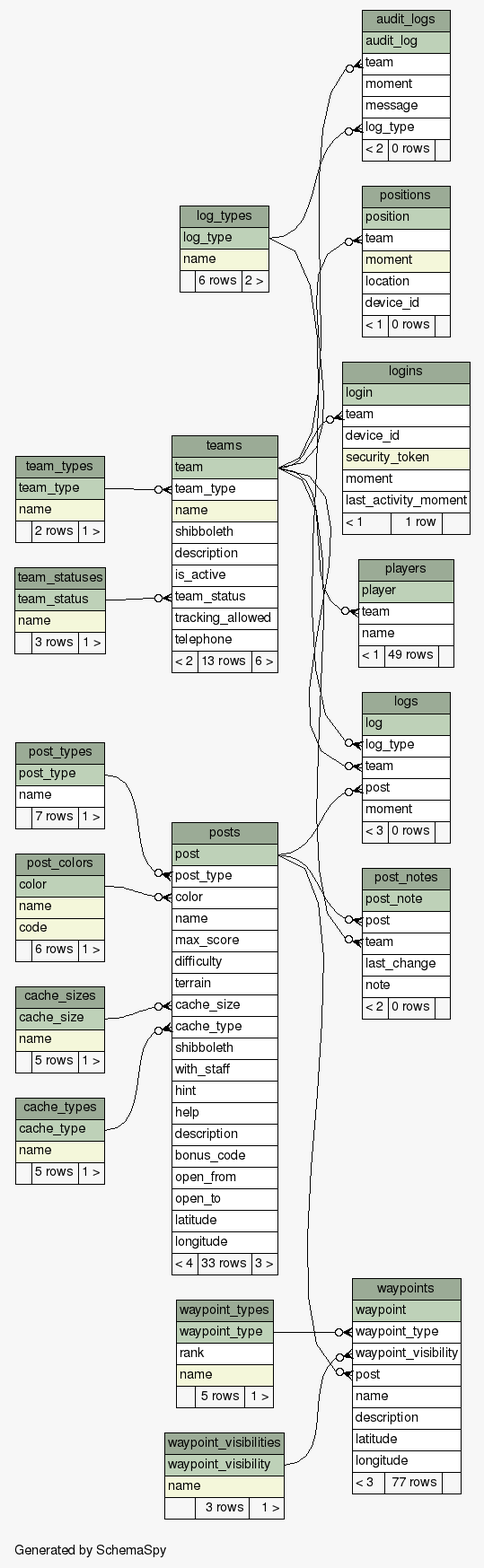
Before: Brazda/doc/db/diagrams/summary/relationships.real.large.png, a diagram exported from Graphviz (xmarwin/brazda). Its source is kept beside it as Brazda/doc/db/diagrams/summary/relationships.real.large.dot.
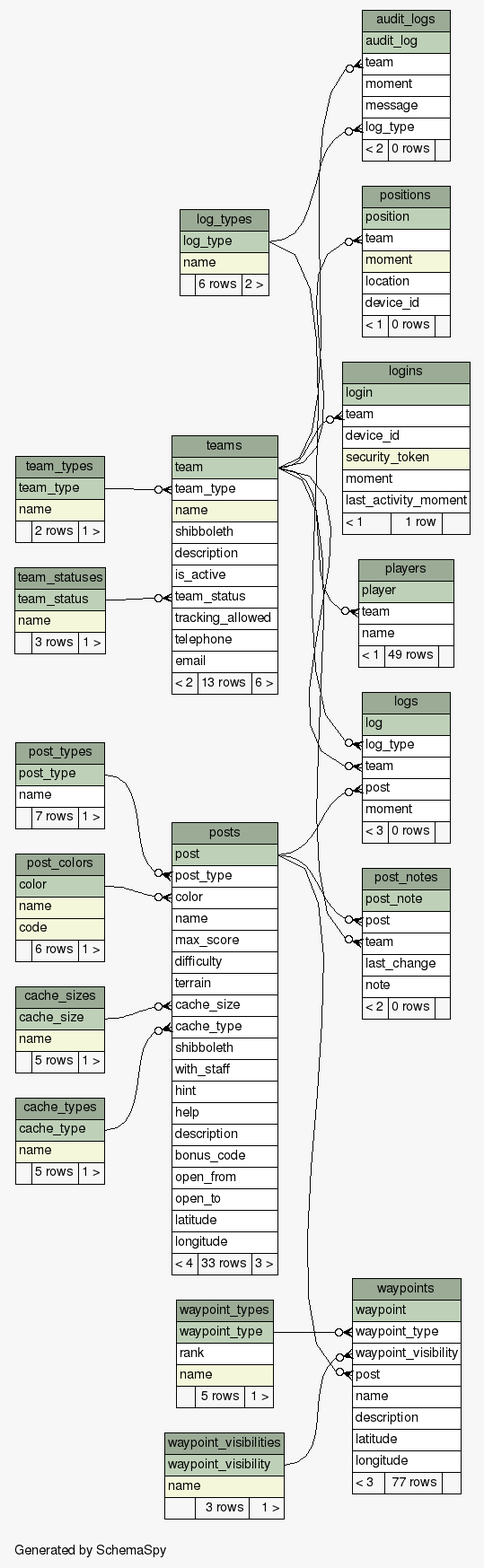
The same diagram one commit later.

The edit, as a diff of the source:
```diff
@@ -219,6 +219,7 @@
       <TR><TD PORT="team_status" COLSPAN="3" ALIGN="LEFT">team_status</TD></TR>
       <TR><TD PORT="tracking_allowed" COLSPAN="3" ALIGN="LEFT">tracking_allowed</TD></TR>
       <TR><TD PORT="telephone" COLSPAN="3" ALIGN="LEFT">telephone</TD></TR>
+      <TR><TD PORT="email" COLSPAN="3" ALIGN="LEFT">email</TD></TR>
       <TR><TD ALIGN="LEFT" BGCOLOR="#f7f7f7">&lt; 2</TD><TD ALIGN="RIGHT" BGCOLOR="#f7f7f7">13 rows</TD><TD ALIGN="RIGHT" BGCOLOR="#f7f7f7">6 &gt;</TD></TR>
     </TABLE>>
     URL="tables/teams.html"
```
